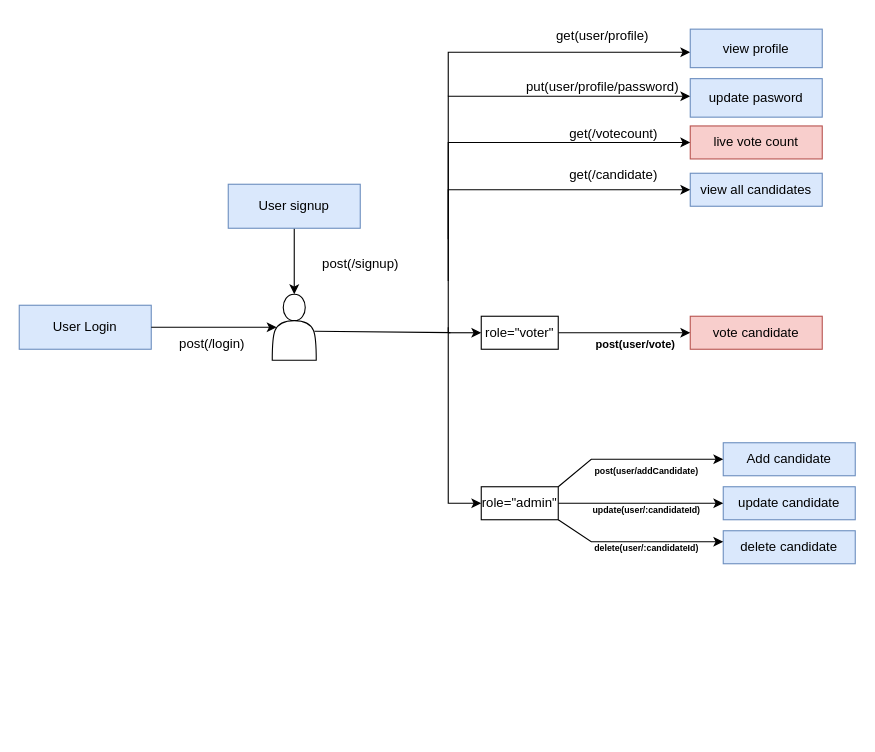
roshan252s/voting-app keeps this draw.io diagram as diagram.dio. Above is the earlier version. Source tidied: cells renumbered, new cells numbered last; positions are measured from the earlier drawing's top-left corner, leaving out a move shared by most shapes. Both pictures are drawn from the tidied source at 110%, with x=0, y=0 at pixel (19, 19).
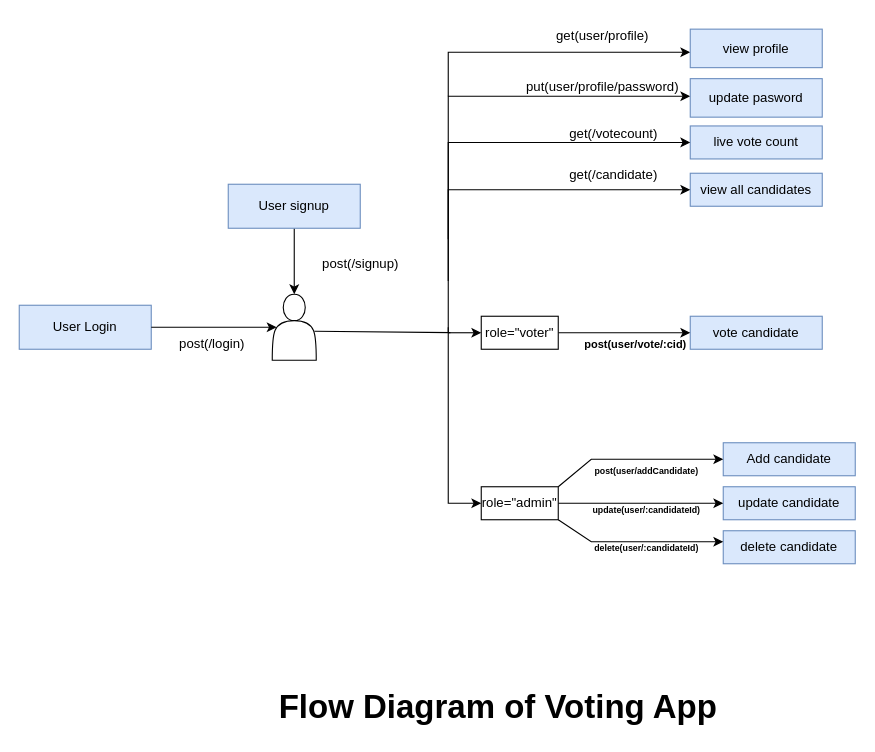
The same diagram, later.

Commit message (it also covers changes not shown here):
added voting feature and see live vote count feature

What changed in the source:
```diff
@@
-    <mxCell id="14" value="live vote count" style="rounded=0;whiteSpace=wrap;html=1;fillColor=#f8cecc;strokeColor=#b85450;" parent="1" vertex="1">
+    <mxCell id="14" value="live vote count" style="rounded=0;whiteSpace=wrap;html=1;fillColor=#dae8fc;strokeColor=#6c8ebf;" parent="1" vertex="1">
       <mxGeometry x="610" y="97" width="120" height="30" as="geometry" />
     </mxCell>
@@
-    <mxCell id="29" value="vote&amp;nbsp;&lt;span style=&quot;color: rgb(0, 0, 0);&quot;&gt;candidate&lt;/span&gt;" style="rounded=0;whiteSpace=wrap;html=1;fillColor=#f8cecc;strokeColor=#b85450;" parent="1" vertex="1">
+    <mxCell id="29" value="vote&amp;nbsp;&lt;span style=&quot;color: rgb(0, 0, 0);&quot;&gt;candidate&lt;/span&gt;" style="rounded=0;whiteSpace=wrap;html=1;fillColor=#dae8fc;strokeColor=#6c8ebf;" parent="1" vertex="1">
       <mxGeometry x="610" y="270" width="120" height="30" as="geometry" />
     </mxCell>
@@
-    <mxCell id="33" value="&lt;font style=&quot;font-size: 10px;&quot;&gt;&lt;b style=&quot;&quot;&gt;post(user/vote)&lt;/b&gt;&lt;/font&gt;" style="text;html=1;align=center;verticalAlign=middle;strokeColor=none;fillColor=none;" parent="1" vertex="1">
-      <mxGeometry x="510" y="280" width="100" height="30" as="geometry" />
+    <mxCell id="33" value="&lt;font style=&quot;font-size: 10px;&quot;&gt;&lt;b style=&quot;&quot;&gt;post(user/vote/:cid)&lt;/b&gt;&lt;/font&gt;" style="text;html=1;align=center;verticalAlign=middle;strokeColor=none;fillColor=none;" parent="1" vertex="1">
+      <mxGeometry x="500" y="280" width="120" height="30" as="geometry" />
     </mxCell>
@@
+    <mxCell id="38" value="&lt;font style=&quot;font-size: 30px;&quot;&gt;&lt;b&gt;Flow Diagram of Voting App&lt;/b&gt;&lt;/font&gt;" style="text;html=1;align=center;verticalAlign=middle;strokeColor=none;fillColor=none;" parent="1" vertex="1">
+      <mxGeometry x="225" y="600" width="420" height="50" as="geometry" />
+    </mxCell>
```
